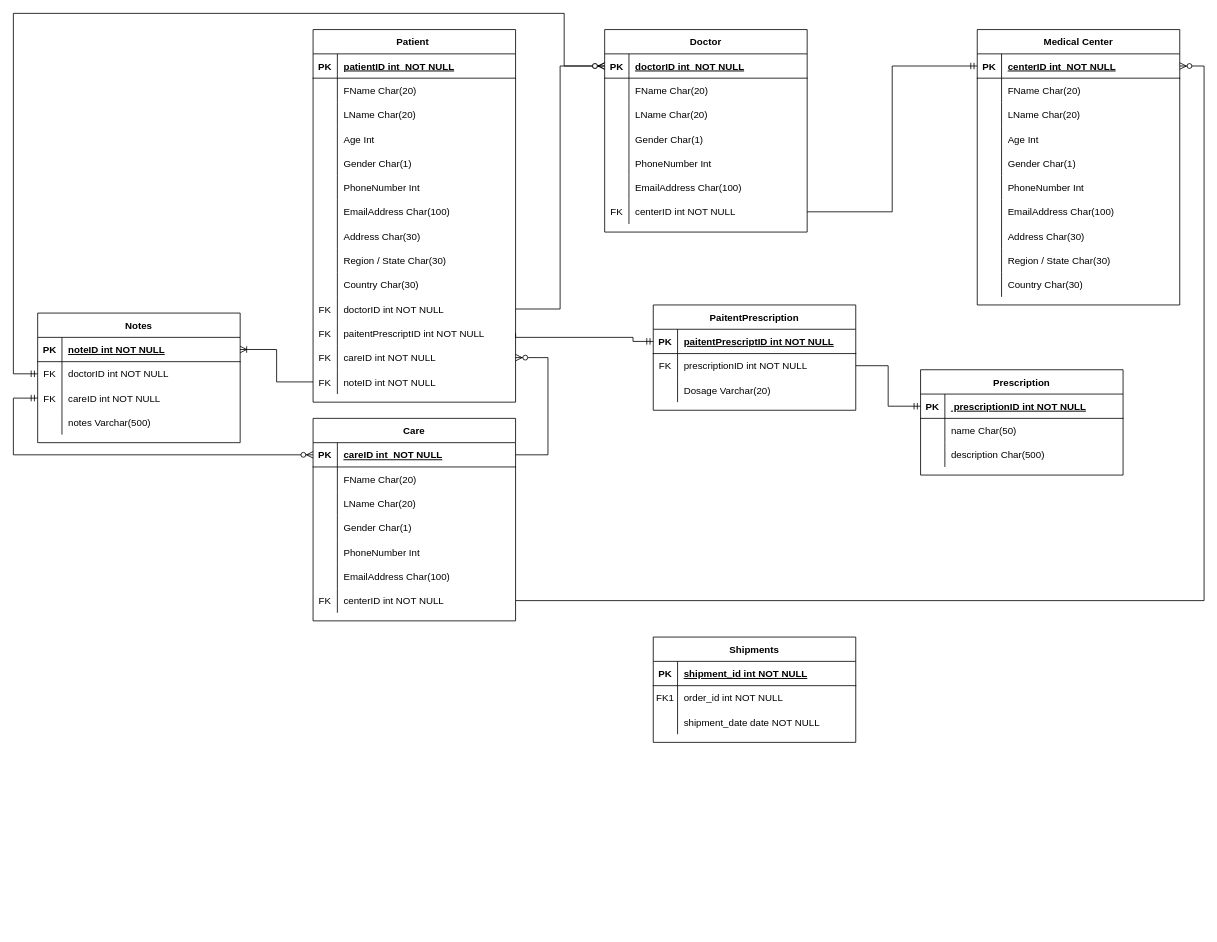
Earlier version of the draw.io diagram ERD-1-Submission-1.drawio (KoopaTheTurtle/BCDE214-Assignment-1). Source tidied: cells renumbered, new cells numbered last; positions are measured from the earlier drawing's top-left corner, leaving out a move shared by most shapes. Both pictures are drawn from the tidied source at 81%, with x=0, y=0 at pixel (13, 13).
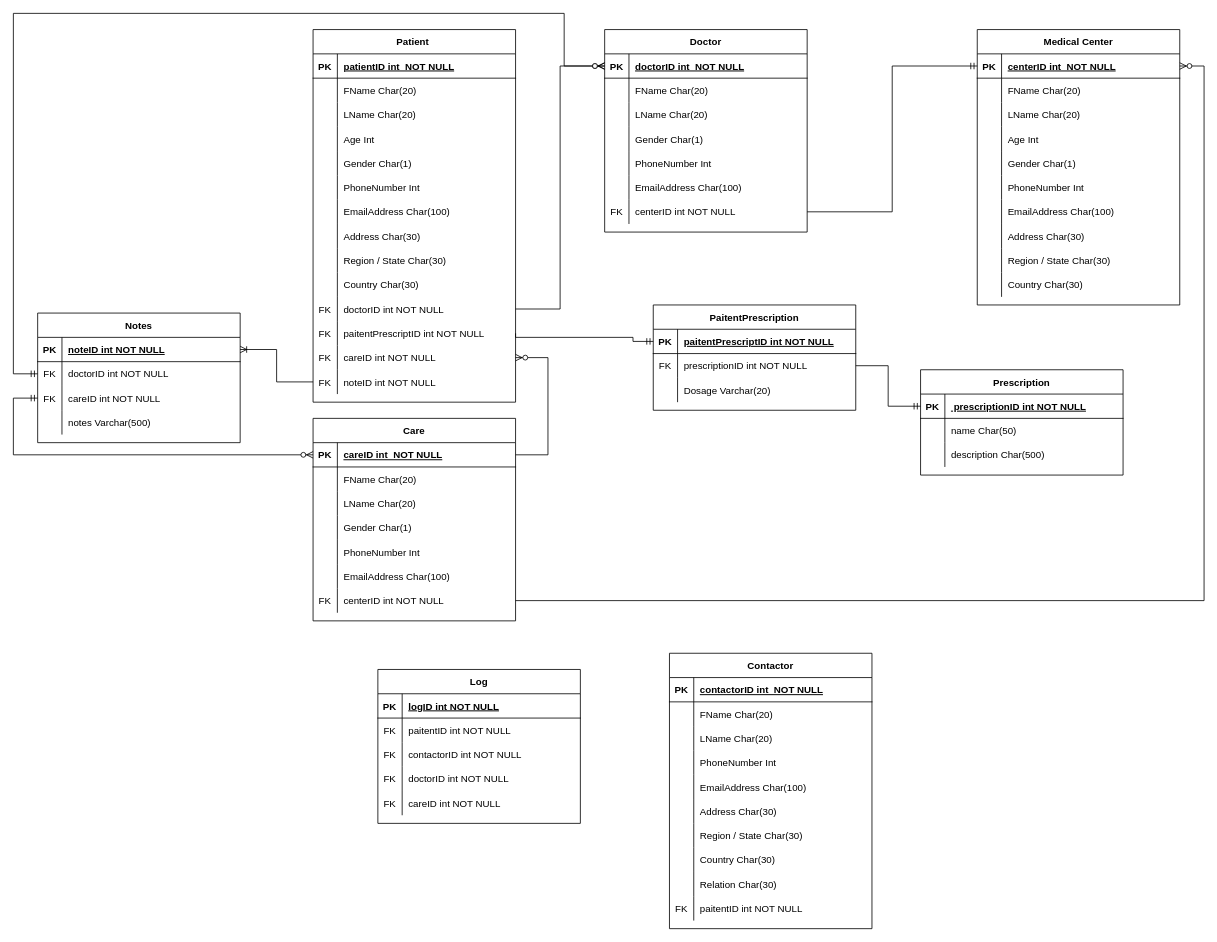
The same diagram, later.

What changed in the source:
```diff
@@
-    <mxCell id="2" value="Shipments" style="shape=table;startSize=30;childLayout=tableLayout;rowLines=0;fontStyle=1;align=center;" parent="1" vertex="1">
-      <mxGeometry x="790" y="770" width="250" height="130" as="geometry" />
-    </mxCell>
-    <mxCell id="3" style="shape=partialRectangle;fillColor=none;top=0;left=0;right=0;bottom=1;" parent="2" vertex="1">
-      <mxGeometry y="30" width="250" height="30" as="geometry" />
-    </mxCell>
-    <mxCell id="4" value="PK" style="shape=partialRectangle;overflow=hidden;fillColor=none;top=0;left=0;bottom=0;right=0;fontStyle=1;" parent="3" vertex="1">
-      <mxGeometry width="30" height="30" as="geometry" />
-    </mxCell>
-    <mxCell id="5" value="shipment_id int NOT NULL " style="shape=partialRectangle;overflow=hidden;fillColor=none;top=0;left=0;bottom=0;right=0;align=left;spacingLeft=6;fontStyle=5;" parent="3" vertex="1">
-      <mxGeometry x="30" width="220" height="30" as="geometry" />
-    </mxCell>
-    <mxCell id="6" style="shape=partialRectangle;fillColor=none;top=0;left=0;right=0;bottom=0;" parent="2" vertex="1">
-      <mxGeometry y="60" width="250" height="30" as="geometry" />
-    </mxCell>
-    <mxCell id="7" value="FK1" style="shape=partialRectangle;overflow=hidden;fillColor=none;top=0;left=0;bottom=0;right=0;" parent="6" vertex="1">
-      <mxGeometry width="30" height="30" as="geometry" />
-    </mxCell>
-    <mxCell id="8" value="order_id int NOT NULL" style="shape=partialRectangle;overflow=hidden;fillColor=none;top=0;left=0;bottom=0;right=0;align=left;spacingLeft=6;" parent="6" vertex="1">
-      <mxGeometry x="30" width="220" height="30" as="geometry" />
-    </mxCell>
-    <mxCell id="9" style="shape=partialRectangle;fillColor=none;top=0;left=0;right=0;bottom=0;" parent="2" vertex="1">
-      <mxGeometry y="90" width="250" height="30" as="geometry" />
-    </mxCell>
-    <mxCell id="10" style="shape=partialRectangle;overflow=hidden;fillColor=none;top=0;left=0;bottom=0;right=0;" parent="9" vertex="1">
-      <mxGeometry width="30" height="30" as="geometry" />
-    </mxCell>
-    <mxCell id="11" value="shipment_date date NOT NULL" style="shape=partialRectangle;overflow=hidden;fillColor=none;top=0;left=0;bottom=0;right=0;align=left;spacingLeft=6;" parent="9" vertex="1">
-      <mxGeometry x="30" width="220" height="30" as="geometry" />
-    </mxCell>
@@
+    <mxCell id="172" value="Log" style="shape=table;startSize=30;childLayout=tableLayout;rowLines=0;fontStyle=1;align=center;" parent="1" vertex="1">
+      <mxGeometry x="450" y="810" width="250" height="190" as="geometry" />
+    </mxCell>
+    <mxCell id="173" style="shape=partialRectangle;fillColor=none;top=0;left=0;right=0;bottom=1;" parent="172" vertex="1">
+      <mxGeometry y="30" width="250" height="30" as="geometry" />
+    </mxCell>
+    <mxCell id="174" value="PK" style="shape=partialRectangle;overflow=hidden;fillColor=none;top=0;left=0;bottom=0;right=0;fontStyle=1;" parent="173" vertex="1">
+      <mxGeometry width="30" height="30" as="geometry" />
+    </mxCell>
+    <mxCell id="175" value="logID int NOT NULL" style="shape=partialRectangle;overflow=hidden;fillColor=none;top=0;left=0;bottom=0;right=0;align=left;spacingLeft=6;fontStyle=5;" parent="173" vertex="1">
+      <mxGeometry x="30" width="220" height="30" as="geometry" />
+    </mxCell>
+    <mxCell id="176" style="shape=partialRectangle;fillColor=none;top=0;left=0;right=0;bottom=0;" parent="172" vertex="1">
+      <mxGeometry y="60" width="250" height="30" as="geometry" />
+    </mxCell>
+    <mxCell id="177" value="FK" style="shape=partialRectangle;overflow=hidden;fillColor=none;top=0;left=0;bottom=0;right=0;" parent="176" vertex="1">
+      <mxGeometry width="30" height="30" as="geometry" />
+    </mxCell>
+    <mxCell id="178" value="paitentID int NOT NULL" style="shape=partialRectangle;overflow=hidden;fillColor=none;top=0;left=0;bottom=0;right=0;align=left;spacingLeft=6;" parent="176" vertex="1">
+      <mxGeometry x="30" width="220" height="30" as="geometry" />
+    </mxCell>
+    <mxCell id="179" style="shape=partialRectangle;fillColor=none;top=0;left=0;right=0;bottom=0;" parent="172" vertex="1">
+      <mxGeometry y="90" width="250" height="30" as="geometry" />
+    </mxCell>
+    <mxCell id="180" value="FK" style="shape=partialRectangle;overflow=hidden;fillColor=none;top=0;left=0;bottom=0;right=0;" parent="179" vertex="1">
+      <mxGeometry width="30" height="30" as="geometry" />
+    </mxCell>
+    <mxCell id="181" value="contactorID int NOT NULL" style="shape=partialRectangle;overflow=hidden;fillColor=none;top=0;left=0;bottom=0;right=0;align=left;spacingLeft=6;" parent="179" vertex="1">
+      <mxGeometry x="30" width="220" height="30" as="geometry" />
+    </mxCell>
+    <mxCell id="182" style="shape=partialRectangle;fillColor=none;top=0;left=0;right=0;bottom=0;" parent="172" vertex="1">
+      <mxGeometry y="120" width="250" height="30" as="geometry" />
+    </mxCell>
+    <mxCell id="183" value="FK" style="shape=partialRectangle;overflow=hidden;fillColor=none;top=0;left=0;bottom=0;right=0;" parent="182" vertex="1">
+      <mxGeometry width="30" height="30" as="geometry" />
+    </mxCell>
+    <mxCell id="184" value="doctorID int NOT NULL" style="shape=partialRectangle;overflow=hidden;fillColor=none;top=0;left=0;bottom=0;right=0;align=left;spacingLeft=6;" parent="182" vertex="1">
+      <mxGeometry x="30" width="220" height="30" as="geometry" />
+    </mxCell>
+    <mxCell id="185" style="shape=partialRectangle;fillColor=none;top=0;left=0;right=0;bottom=0;" parent="172" vertex="1">
+      <mxGeometry y="150" width="250" height="30" as="geometry" />
+    </mxCell>
+    <mxCell id="186" value="FK" style="shape=partialRectangle;overflow=hidden;fillColor=none;top=0;left=0;bottom=0;right=0;" parent="185" vertex="1">
+      <mxGeometry width="30" height="30" as="geometry" />
+    </mxCell>
+    <mxCell id="187" value="careID int NOT NULL" style="shape=partialRectangle;overflow=hidden;fillColor=none;top=0;left=0;bottom=0;right=0;align=left;spacingLeft=6;" parent="185" vertex="1">
+      <mxGeometry x="30" width="220" height="30" as="geometry" />
+    </mxCell>
+    <mxCell id="188" value="Contactor" style="shape=table;startSize=30;childLayout=tableLayout;rowLines=0;fontStyle=1;align=center;" parent="1" vertex="1">
+      <mxGeometry x="810" y="790" width="250" height="340" as="geometry" />
+    </mxCell>
+    <mxCell id="189" style="shape=partialRectangle;fillColor=none;top=0;left=0;right=0;bottom=1;" parent="188" vertex="1">
+      <mxGeometry y="30" width="250" height="30" as="geometry" />
+    </mxCell>
+    <mxCell id="190" value="PK" style="shape=partialRectangle;overflow=hidden;fillColor=none;top=0;left=0;bottom=0;right=0;fontStyle=1;" parent="189" vertex="1">
+      <mxGeometry width="30" height="30" as="geometry" />
+    </mxCell>
+    <mxCell id="191" value="contactorID int  NOT NULL " style="shape=partialRectangle;overflow=hidden;fillColor=none;top=0;left=0;bottom=0;right=0;align=left;spacingLeft=6;fontStyle=5;" parent="189" vertex="1">
+      <mxGeometry x="30" width="220" height="30" as="geometry" />
+    </mxCell>
+    <mxCell id="192" style="shape=partialRectangle;fillColor=none;top=0;left=0;right=0;bottom=0;" parent="188" vertex="1">
+      <mxGeometry y="60" width="250" height="30" as="geometry" />
+    </mxCell>
+    <mxCell id="193" style="shape=partialRectangle;overflow=hidden;fillColor=none;top=0;left=0;bottom=0;right=0;" parent="192" vertex="1">
+      <mxGeometry width="30" height="30" as="geometry" />
+    </mxCell>
+    <mxCell id="194" value="FName Char(20)" style="shape=partialRectangle;overflow=hidden;fillColor=none;top=0;left=0;bottom=0;right=0;align=left;spacingLeft=6;" parent="192" vertex="1">
+      <mxGeometry x="30" width="220" height="30" as="geometry" />
+    </mxCell>
+    <mxCell id="195" style="shape=partialRectangle;fillColor=none;top=0;left=0;right=0;bottom=0;" parent="188" vertex="1">
+      <mxGeometry y="90" width="250" height="30" as="geometry" />
+    </mxCell>
+    <mxCell id="196" style="shape=partialRectangle;overflow=hidden;fillColor=none;top=0;left=0;bottom=0;right=0;" parent="195" vertex="1">
+      <mxGeometry width="30" height="30" as="geometry" />
+    </mxCell>
+    <mxCell id="197" value="LName Char(20)" style="shape=partialRectangle;overflow=hidden;fillColor=none;top=0;left=0;bottom=0;right=0;align=left;spacingLeft=6;" parent="195" vertex="1">
+      <mxGeometry x="30" width="220" height="30" as="geometry" />
+    </mxCell>
+    <mxCell id="198" style="shape=partialRectangle;fillColor=none;top=0;left=0;right=0;bottom=0;" parent="188" vertex="1">
+      <mxGeometry y="120" width="250" height="30" as="geometry" />
+    </mxCell>
+    <mxCell id="199" style="shape=partialRectangle;overflow=hidden;fillColor=none;top=0;left=0;bottom=0;right=0;" parent="198" vertex="1">
+      <mxGeometry width="30" height="30" as="geometry" />
+    </mxCell>
+    <mxCell id="200" value="PhoneNumber Int" style="shape=partialRectangle;overflow=hidden;fillColor=none;top=0;left=0;bottom=0;right=0;align=left;spacingLeft=6;" parent="198" vertex="1">
+      <mxGeometry x="30" width="220" height="30" as="geometry" />
+    </mxCell>
+    <mxCell id="201" style="shape=partialRectangle;fillColor=none;top=0;left=0;right=0;bottom=0;" parent="188" vertex="1">
+      <mxGeometry y="150" width="250" height="30" as="geometry" />
+    </mxCell>
+    <mxCell id="202" style="shape=partialRectangle;overflow=hidden;fillColor=none;top=0;left=0;bottom=0;right=0;" parent="201" vertex="1">
+      <mxGeometry width="30" height="30" as="geometry" />
+    </mxCell>
+    <mxCell id="203" value="EmailAddress Char(100)" style="shape=partialRectangle;overflow=hidden;fillColor=none;top=0;left=0;bottom=0;right=0;align=left;spacingLeft=6;" parent="201" vertex="1">
+      <mxGeometry x="30" width="220" height="30" as="geometry" />
+    </mxCell>
+    <mxCell id="204" style="shape=partialRectangle;fillColor=none;top=0;left=0;right=0;bottom=0;" parent="188" vertex="1">
+      <mxGeometry y="180" width="250" height="30" as="geometry" />
+    </mxCell>
+    <mxCell id="205" style="shape=partialRectangle;overflow=hidden;fillColor=none;top=0;left=0;bottom=0;right=0;" parent="204" vertex="1">
+      <mxGeometry width="30" height="30" as="geometry" />
+    </mxCell>
+    <mxCell id="206" value="Address Char(30)" style="shape=partialRectangle;overflow=hidden;fillColor=none;top=0;left=0;bottom=0;right=0;align=left;spacingLeft=6;" parent="204" vertex="1">
+      <mxGeometry x="30" width="220" height="30" as="geometry" />
+    </mxCell>
+    <mxCell id="207" style="shape=partialRectangle;fillColor=none;top=0;left=0;right=0;bottom=0;" parent="188" vertex="1">
+      <mxGeometry y="210" width="250" height="30" as="geometry" />
+    </mxCell>
+    <mxCell id="208" style="shape=partialRectangle;overflow=hidden;fillColor=none;top=0;left=0;bottom=0;right=0;" parent="207" vertex="1">
+      <mxGeometry width="30" height="30" as="geometry" />
+    </mxCell>
+    <mxCell id="209" value="Region / State Char(30)" style="shape=partialRectangle;overflow=hidden;fillColor=none;top=0;left=0;bottom=0;right=0;align=left;spacingLeft=6;" parent="207" vertex="1">
+      <mxGeometry x="30" width="220" height="30" as="geometry" />
+    </mxCell>
+    <mxCell id="210" style="shape=partialRectangle;fillColor=none;top=0;left=0;right=0;bottom=0;" parent="188" vertex="1">
+      <mxGeometry y="240" width="250" height="30" as="geometry" />
+    </mxCell>
+    <mxCell id="211" style="shape=partialRectangle;overflow=hidden;fillColor=none;top=0;left=0;bottom=0;right=0;" parent="210" vertex="1">
+      <mxGeometry width="30" height="30" as="geometry" />
+    </mxCell>
+    <mxCell id="212" value="Country Char(30)" style="shape=partialRectangle;overflow=hidden;fillColor=none;top=0;left=0;bottom=0;right=0;align=left;spacingLeft=6;" parent="210" vertex="1">
+      <mxGeometry x="30" width="220" height="30" as="geometry" />
+    </mxCell>
+    <mxCell id="213" style="shape=partialRectangle;fillColor=none;top=0;left=0;right=0;bottom=0;" parent="188" vertex="1">
+      <mxGeometry y="270" width="250" height="30" as="geometry" />
+    </mxCell>
+    <mxCell id="214" style="shape=partialRectangle;overflow=hidden;fillColor=none;top=0;left=0;bottom=0;right=0;" parent="213" vertex="1">
+      <mxGeometry width="30" height="30" as="geometry" />
+    </mxCell>
+    <mxCell id="215" value="Relation Char(30)" style="shape=partialRectangle;overflow=hidden;fillColor=none;top=0;left=0;bottom=0;right=0;align=left;spacingLeft=6;" parent="213" vertex="1">
+      <mxGeometry x="30" width="220" height="30" as="geometry" />
+    </mxCell>
+    <mxCell id="216" style="shape=partialRectangle;fillColor=none;top=0;left=0;right=0;bottom=0;" parent="188" vertex="1">
+      <mxGeometry y="300" width="250" height="30" as="geometry" />
+    </mxCell>
+    <mxCell id="217" value="FK" style="shape=partialRectangle;overflow=hidden;fillColor=none;top=0;left=0;bottom=0;right=0;" parent="216" vertex="1">
+      <mxGeometry width="30" height="30" as="geometry" />
+    </mxCell>
+    <mxCell id="218" value="paitentID int NOT NULL" style="shape=partialRectangle;overflow=hidden;fillColor=none;top=0;left=0;bottom=0;right=0;align=left;spacingLeft=6;" parent="216" vertex="1">
+      <mxGeometry x="30" width="220" height="30" as="geometry" />
+    </mxCell>
```
